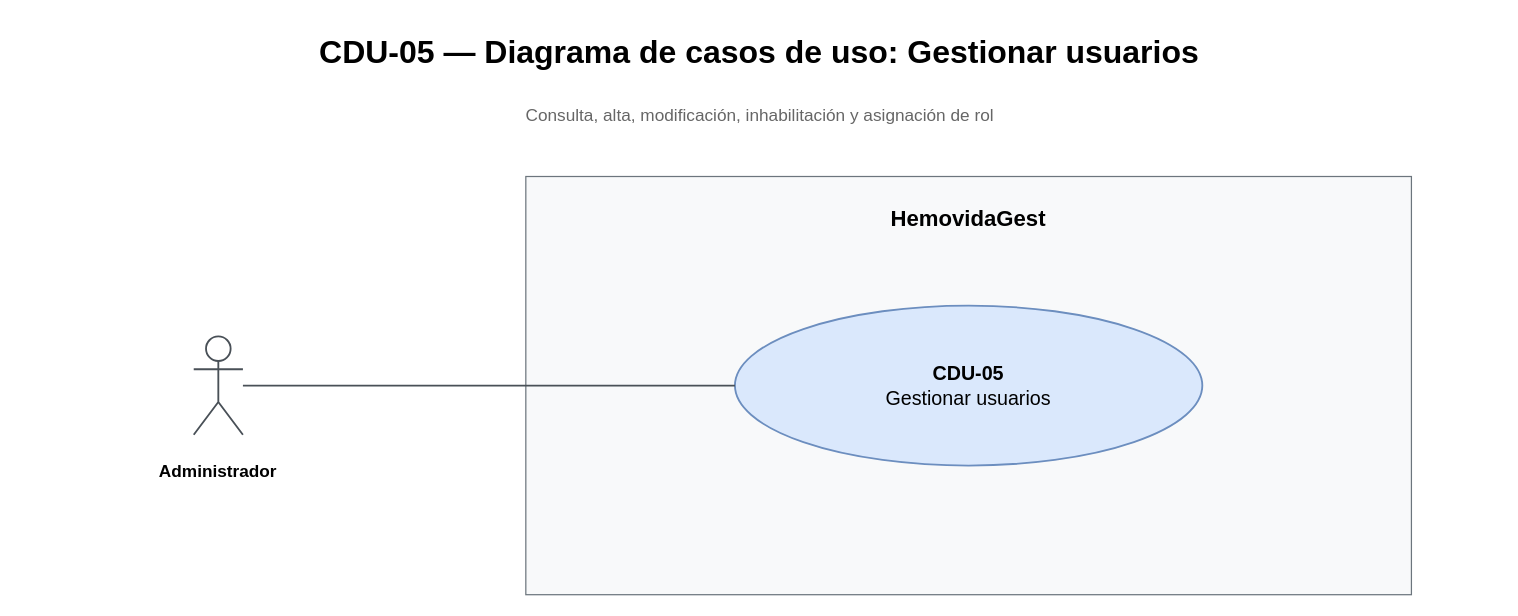
juanNH/Ingenieria-de-Software keeps this draw.io diagram as Diagramas/Casos de Uso/T04 - CDU-05 - Edición de usuario - Casos de uso.drawio. Above is the earlier version. Source tidied: cells renumbered, new cells numbered last; positions are measured from the earlier drawing's top-left corner, leaving out a move shared by most shapes. Both pictures are drawn from the tidied source at 123%, with x=0, y=0 at pixel (21, 21).
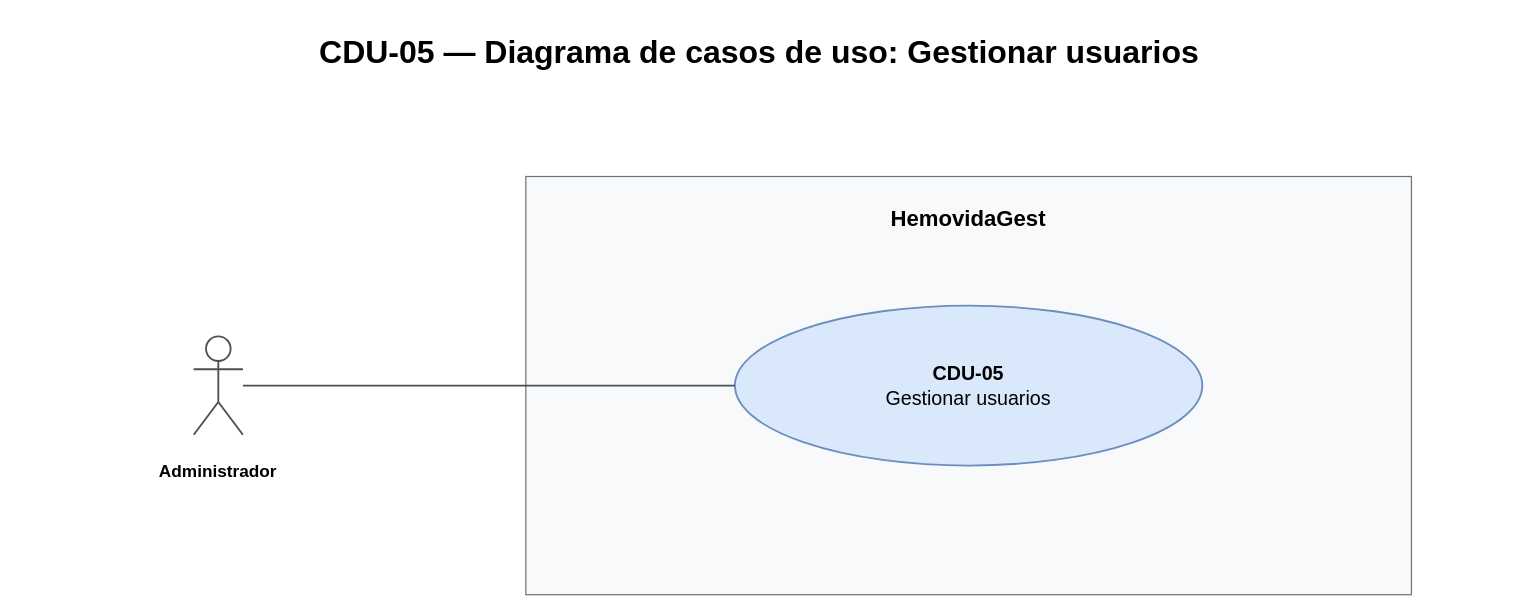
After the change.

Diff of the diagram source:
```diff
@@
 <mxGraphModel>
   <root>
     <mxCell id="0" />
     <mxCell id="1" parent="0" />
     <mxCell id="2" value="&lt;b&gt;HemovidaGest&lt;/b&gt;" style="rounded=0;whiteSpace=wrap;html=1;fillColor=#f8f9fa;strokeColor=#6c757d;verticalAlign=top;spacingTop=18;fontSize=18;fontFamily=Arial;" parent="1" vertex="1">
       <mxGeometry x="410" y="126" width="720" height="340" as="geometry" />
     </mxCell>
     <mxCell id="3" value="CDU-05 — Diagrama de casos de uso: Gestionar usuarios" style="text;html=1;whiteSpace=wrap;strokeColor=none;fillColor=none;fontFamily=Arial;fontSize=26;fontStyle=1;align=center;verticalAlign=middle;" parent="1" vertex="1">
       <mxGeometry width="1200" height="50" as="geometry" />
     </mxCell>
-    <mxCell id="4" value="Consulta, alta, modificación, inhabilitación y asignación de rol" style="text;html=1;strokeColor=none;fillColor=none;fontSize=14;align=center;verticalAlign=middle;fontColor=#666666;fontFamily=Arial;" parent="1" vertex="1">
-      <mxGeometry x="40" y="60" width="1120" height="32" as="geometry" />
-    </mxCell>
     <mxCell id="5" value="&lt;b&gt;CDU-05&lt;/b&gt;&lt;br&gt;Gestionar usuarios" style="ellipse;whiteSpace=wrap;html=1;fillColor=#dae8fc;strokeColor=#6c8ebf;strokeWidth=1.5;fontSize=16;fontFamily=Arial;align=center;verticalAlign=middle;" parent="1" vertex="1">
       <mxGeometry x="580" y="231" width="380" height="130" as="geometry" />
     </mxCell>
     <mxCell id="6" style="shape=umlActor;html=1;fillColor=#ffffff;strokeColor=#495057;strokeWidth=1.5;" parent="1" vertex="1">
       <mxGeometry x="140" y="256" width="40" height="80" as="geometry" />
     </mxCell>
     <mxCell id="7" value="&lt;b&gt;Administrador&lt;/b&gt;" style="text;html=1;strokeColor=none;fillColor=none;fontSize=14;fontFamily=Arial;align=center;verticalAlign=top;whiteSpace=wrap;" parent="1" vertex="1">
       <mxGeometry x="20" y="351" width="280" height="66" as="geometry" />
     </mxCell>
     <mxCell id="8" style="rounded=0;html=1;endArrow=none;startArrow=none;strokeColor=#495057;strokeWidth=1.5;exitX=1;exitY=0.5;entryX=0;entryY=0.5;" parent="1" edge="1" source="6" target="5">
       <mxGeometry relative="1" as="geometry" />
     </mxCell>
   </root>
 </mxGraphModel>
```
